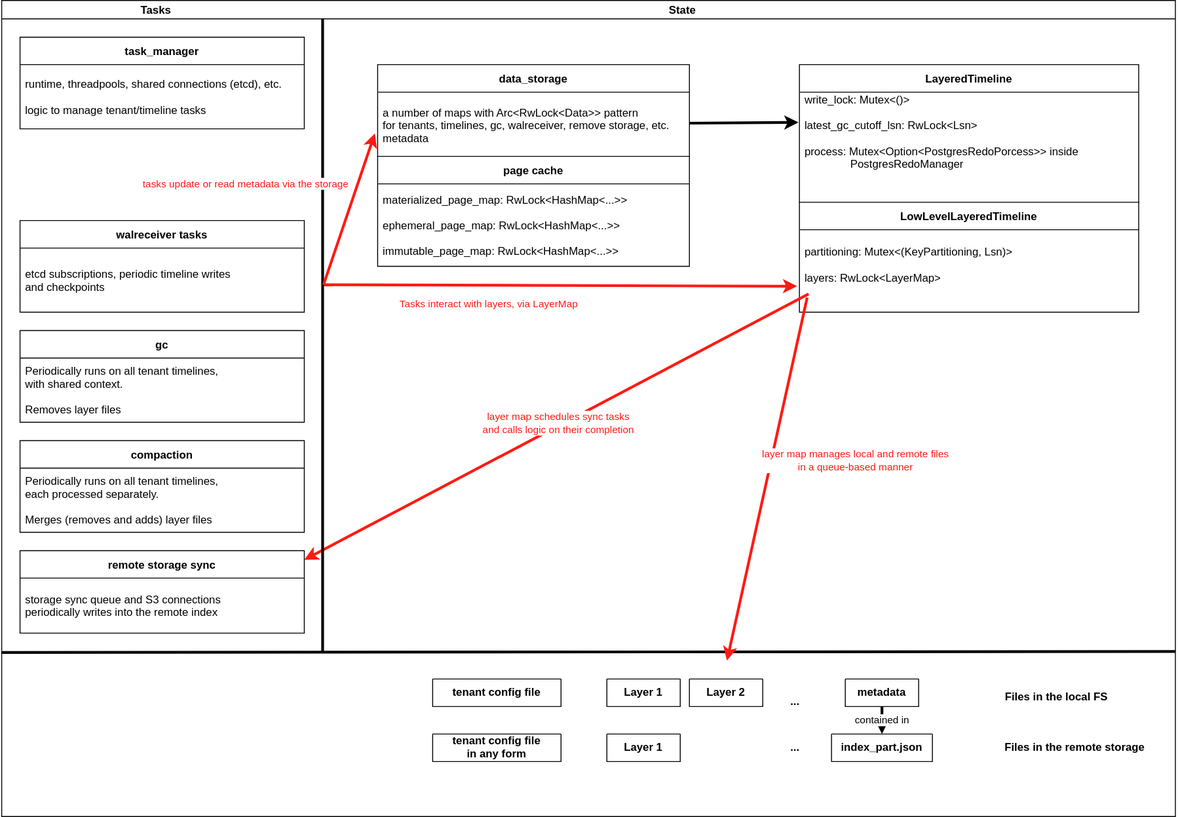
Before: docs/rfcs/images/017-timeline-data-management/proposed_timeline_tenant_state.svg, a diagram exported from draw.io (neondatabase/neon). Source tidied: cells renumbered, new cells last; positions are measured from the earlier drawing's top-left corner, leaving out a move shared by most shapes.
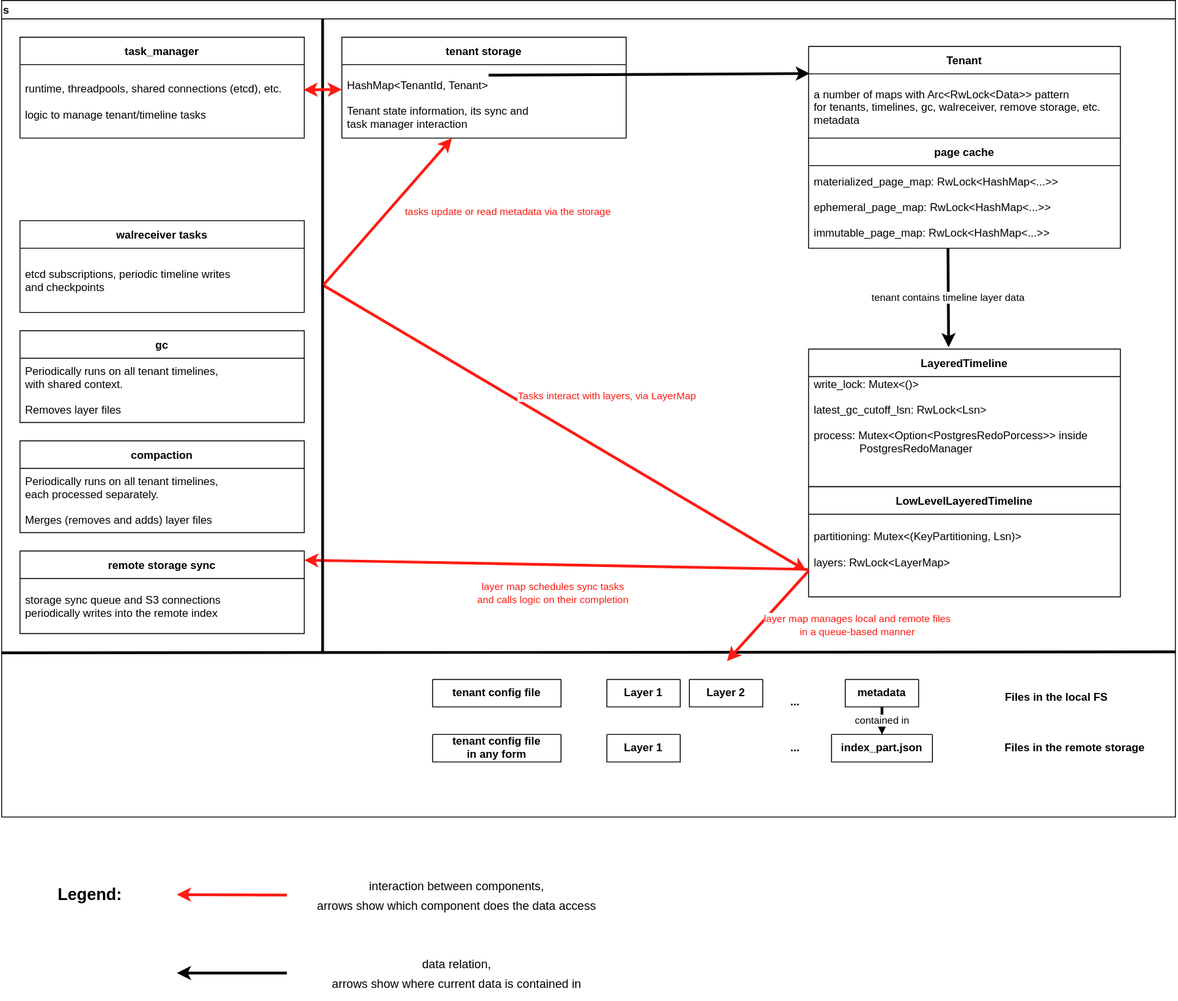
The same diagram one commit later.

Commit message:
Add legend and more timeline state details

What changed in the source:
```diff
@@ -2,7 +2,7 @@
   <root>
     <mxCell id="0" />
     <mxCell id="1" parent="0" />
-    <mxCell id="2" value="                                             Tasks                                                                                                                                                                   State" style="swimlane;startSize=20;horizontal=1;containerType=tree;fontColor=#000000;align=left;strokeColor=#000000;" parent="1" vertex="1">
+    <mxCell id="2" value="s" style="swimlane;startSize=20;horizontal=1;containerType=tree;fontColor=#000000;align=left;strokeColor=#000000;" parent="1" vertex="1">
       <mxGeometry width="1280" height="890" as="geometry" />
     </mxCell>
     <mxCell id="3" value="&#10;&#10;Layer 1" style="swimlane;startSize=0;fontColor=#000000;" parent="2" vertex="1" collapsed="1">
@@ -35,23 +35,23 @@
     <mxCell id="12" value="Files in the local FS" style="text;html=1;align=center;verticalAlign=middle;strokeColor=none;fillColor=none;fontColor=#000000;fontStyle=1;" parent="2" vertex="1">
       <mxGeometry x="1080" y="745" width="140" height="30" as="geometry" />
     </mxCell>
-    <mxCell id="13" value="data_storage" style="swimlane;fontStyle=1;horizontal=1;startSize=30;" parent="2" vertex="1">
-      <mxGeometry x="410" y="70" width="340" height="100" as="geometry" />
+    <mxCell id="13" value="Tenant" style="swimlane;fontStyle=1;horizontal=1;startSize=30;" parent="2" vertex="1">
+      <mxGeometry x="880" y="50" width="340" height="100" as="geometry" />
     </mxCell>
     <mxCell id="14" value="&#10;a number of maps with Arc&lt;RwLock&lt;Data&gt;&gt; pattern&#10;for tenants, timelines, gc, walreceiver, remove storage, etc. &#10;metadata&#10;&#10;" style="text;strokeColor=none;fillColor=none;align=left;verticalAlign=middle;spacingLeft=4;spacingRight=4;overflow=hidden;points=[[0,0.5],[1,0.5]];portConstraint=eastwest;" parent="13" vertex="1">
       <mxGeometry y="30" width="340" height="70" as="geometry" />
     </mxCell>
     <mxCell id="15" value="LayeredTimeline" style="swimlane;fontStyle=1;horizontal=1;startSize=30;swimlaneLine=1;" parent="2" vertex="1">
-      <mxGeometry x="870" y="70" width="370" height="150" as="geometry" />
+      <mxGeometry x="880" y="380" width="340" height="150" as="geometry" />
     </mxCell>
     <mxCell id="16" value="write_lock: Mutex&lt;()&gt;&#10;&#10;latest_gc_cutoff_lsn: RwLock&lt;Lsn&gt;&#10;&#10;process: Mutex&lt;Option&lt;PostgresRedoPorcess&gt;&gt; inside&#10;               PostgresRedoManager&#10;&#10;&#10;" style="text;strokeColor=none;fillColor=none;align=left;verticalAlign=middle;spacingLeft=4;spacingRight=4;overflow=hidden;points=[[0,0.5],[1,0.5]];portConstraint=eastwest;" parent="15" vertex="1">
-      <mxGeometry y="30" width="370" height="120" as="geometry" />
+      <mxGeometry y="30" width="340" height="120" as="geometry" />
     </mxCell>
     <mxCell id="17" style="endArrow=classic;html=1;rounded=0;fontColor=#000000;strokeColor=none;exitX=0.784;exitY=0.9;exitDx=0;exitDy=0;exitPerimeter=0;strokeWidth=3;entryX=0.5;entryY=0;entryDx=0;entryDy=0;" parent="2" edge="1" target="15">
       <mxGeometry relative="1" as="geometry">
-        <mxPoint x="1040.1" y="160" as="sourcePoint" />
+        <mxPoint x="1050.1" y="470" as="sourcePoint" />
         <Array as="points">
-          <mxPoint x="1050" y="120" />
+          <mxPoint x="1060" y="430" />
         </Array>
       </mxGeometry>
     </mxCell>
@@ -71,12 +71,12 @@
       <mxGeometry x="470" y="740" width="140" height="30" as="geometry" />
     </mxCell>
     <mxCell id="23" value="LowLevelLayeredTimeline" style="swimlane;fontStyle=1;horizontal=1;startSize=30;" parent="2" vertex="1">
-      <mxGeometry x="870" y="220" width="370" height="120" as="geometry" />
+      <mxGeometry x="880" y="530" width="340" height="120" as="geometry" />
     </mxCell>
     <mxCell id="24" value="&#10;partitioning: Mutex&lt;(KeyPartitioning, Lsn)&gt;&#10;&#10;layers: RwLock&lt;LayerMap&gt;&#10;&#10;" style="text;strokeColor=none;fillColor=none;align=left;verticalAlign=middle;spacingLeft=4;spacingRight=4;overflow=hidden;points=[[0,0.5],[1,0.5]];portConstraint=eastwest;" parent="23" vertex="1">
-      <mxGeometry y="30" width="370" height="90" as="geometry" />
+      <mxGeometry y="30" width="340" height="90" as="geometry" />
     </mxCell>
-    <mxCell id="25" style="endArrow=classic;html=1;rounded=0;fontColor=#000000;strokeColor=#000000;strokeWidth=3;startFill=1;entryX=-0.003;entryY=0.275;entryDx=0;entryDy=0;entryPerimeter=0;" parent="2" edge="1" source="14" target="16">
+    <mxCell id="25" value="tenant contains timeline layer data" style="endArrow=classic;html=1;rounded=0;fontColor=#000000;strokeColor=#000000;strokeWidth=3;startFill=1;entryX=0.449;entryY=-0.014;entryDx=0;entryDy=0;entryPerimeter=0;exitX=0.447;exitY=1.001;exitDx=0;exitDy=0;exitPerimeter=0;" parent="2" edge="1" source="40" target="15">
       <mxGeometry relative="1" as="geometry" />
     </mxCell>
     <mxCell id="26" style="endArrow=classic;html=1;rounded=0;fontColor=#000000;strokeColor=none;strokeWidth=3;exitX=0.324;exitY=0.8;exitDx=0;exitDy=0;entryX=0.5;entryY=0;entryDx=0;entryDy=0;startFill=1;exitPerimeter=0;" parent="2" edge="1" source="16" target="23">
@@ -107,31 +107,30 @@
     </mxCell>
     <mxCell id="33" value="&lt;font color=&quot;#ff1a12&quot;&gt;Tasks interact with layers, via LayerMap&lt;/font&gt;" style="edgeLabel;html=1;align=center;verticalAlign=middle;fontColor=#000000;" parent="32" vertex="1">
       <mxGeometry x="-0.28" y="1" relative="1" as="geometry">
-        <mxPoint x="-151" y="18" as="offset" />
+        <mxPoint x="-27" y="-80" as="offset" />
       </mxGeometry>
     </mxCell>
     <mxCell id="34" value="task_manager" style="swimlane;fontStyle=1;horizontal=1;startSize=30;" parent="2" vertex="1">
-      <mxGeometry x="20" y="40" width="310" height="100" as="geometry" />
+      <mxGeometry x="20" y="40" width="310" height="110" as="geometry" />
     </mxCell>
     <mxCell id="35" value="runtime, threadpools, shared connections (etcd), etc.&#10;&#10;logic to manage tenant/timeline tasks" style="text;strokeColor=none;fillColor=none;align=left;verticalAlign=middle;spacingLeft=4;spacingRight=4;overflow=hidden;points=[[0,0.5],[1,0.5]];portConstraint=eastwest;" parent="34" vertex="1">
-      <mxGeometry y="30" width="310" height="70" as="geometry" />
+      <mxGeometry y="30" width="310" height="80" as="geometry" />
     </mxCell>
     <mxCell id="36" value="&#10;&#10;tenant config file &#10;in any form" style="swimlane;startSize=0;fontColor=#000000;" parent="2" vertex="1" collapsed="1">
       <mxGeometry x="470" y="800" width="140" height="30" as="geometry" />
     </mxCell>
-    <mxCell id="37" style="endArrow=classic;startArrow=none;html=1;rounded=0;fontColor=#000000;strokeColor=#FF1A12;strokeWidth=3;entryX=1;entryY=0.5;entryDx=0;entryDy=0;endFill=1;startFill=0;" parent="2" edge="1">
+    <mxCell id="37" style="endArrow=classic;startArrow=none;html=1;rounded=0;fontColor=#000000;strokeColor=#FF1A12;strokeWidth=3;entryX=1;entryY=0.5;entryDx=0;entryDy=0;endFill=1;startFill=0;exitX=-0.002;exitY=0.667;exitDx=0;exitDy=0;exitPerimeter=0;" parent="2" edge="1" source="24">
       <mxGeometry relative="1" as="geometry">
-        <mxPoint x="880" y="320" as="sourcePoint" />
         <mxPoint x="330" y="610" as="targetPoint" />
       </mxGeometry>
     </mxCell>
     <mxCell id="38" value="&lt;font color=&quot;#ff1a12&quot;&gt;layer map schedules sync tasks &lt;br&gt;and calls logic on their completion&lt;/font&gt;" style="edgeLabel;html=1;align=center;verticalAlign=middle;fontColor=#000000;" parent="37" vertex="1">
       <mxGeometry x="-0.28" y="1" relative="1" as="geometry">
-        <mxPoint x="-76" y="35" as="offset" />
+        <mxPoint x="-81" y="28" as="offset" />
       </mxGeometry>
     </mxCell>
     <mxCell id="39" value="page cache" style="swimlane;fontStyle=1;horizontal=1;startSize=30;" parent="2" vertex="1">
-      <mxGeometry x="410" y="170" width="340" height="120" as="geometry" />
+      <mxGeometry x="880" y="150" width="340" height="120" as="geometry" />
     </mxCell>
     <mxCell id="40" value="materialized_page_map: RwLock&lt;HashMap&lt;...&gt;&gt;&#10;&#10;ephemeral_page_map: RwLock&lt;HashMap&lt;...&gt;&gt;&#10;&#10;immutable_page_map: RwLock&lt;HashMap&lt;...&gt;&gt;" style="text;strokeColor=none;fillColor=none;align=left;verticalAlign=middle;spacingLeft=4;spacingRight=4;overflow=hidden;points=[[0,0.5],[1,0.5]];portConstraint=eastwest;" parent="39" vertex="1">
       <mxGeometry y="30" width="340" height="90" as="geometry" />
@@ -142,26 +141,60 @@
         <mxPoint x="350" y="20" as="targetPoint" />
       </mxGeometry>
     </mxCell>
+    <mxCell id="46" value="tenant storage" style="swimlane;fontStyle=1;horizontal=1;startSize=30;" parent="2" vertex="1">
+      <mxGeometry x="371" y="40" width="310" height="110" as="geometry" />
+    </mxCell>
+    <mxCell id="47" value="&#10;HashMap&lt;TenantId, Tenant&gt;&#10;&#10;Tenant state information, its sync and &#10;task manager interaction&#10;" style="text;strokeColor=none;fillColor=none;align=left;verticalAlign=middle;spacingLeft=4;spacingRight=4;overflow=hidden;points=[[0,0.5],[1,0.5]];portConstraint=eastwest;" parent="46" vertex="1">
+      <mxGeometry y="30" width="310" height="80" as="geometry" />
+    </mxCell>
+    <mxCell id="48" style="endArrow=classic;html=1;rounded=0;fontColor=#000000;strokeColor=#000000;strokeWidth=3;startFill=1;entryX=0.004;entryY=-0.005;entryDx=0;entryDy=0;entryPerimeter=0;exitX=0.516;exitY=0.143;exitDx=0;exitDy=0;exitPerimeter=0;" parent="2" edge="1" source="47" target="14">
+      <mxGeometry relative="1" as="geometry" />
+    </mxCell>
+    <mxCell id="49" style="endArrow=classic;startArrow=classic;html=1;rounded=0;fontColor=#000000;strokeColor=#FF1A12;strokeWidth=3;endFill=1;entryX=0.997;entryY=0.343;entryDx=0;entryDy=0;entryPerimeter=0;" parent="2" edge="1" target="35">
+      <mxGeometry relative="1" as="geometry">
+        <mxPoint x="371" y="97" as="sourcePoint" />
+      </mxGeometry>
+    </mxCell>
-    <mxCell id="42" style="endArrow=classic;startArrow=none;html=1;rounded=0;fontColor=#000000;strokeColor=#FF1A12;strokeWidth=3;endFill=1;startFill=0;exitX=-0.007;exitY=0.712;exitDx=0;exitDy=0;exitPerimeter=0;" parent="1" edge="1">
+    <mxCell id="42" style="endArrow=classic;startArrow=none;html=1;rounded=0;fontColor=#000000;strokeColor=#FF1A12;strokeWidth=3;endFill=1;startFill=0;exitX=0.001;exitY=0.681;exitDx=0;exitDy=0;exitPerimeter=0;" parent="1" edge="1" source="24">
       <mxGeometry relative="1" as="geometry">
-        <mxPoint x="878.4" y="324.1" as="sourcePoint" />
         <mxPoint x="791" y="720" as="targetPoint" />
       </mxGeometry>
     </mxCell>
     <mxCell id="43" value="&lt;font color=&quot;#ff1a12&quot;&gt;layer map manages local and remote files&lt;br&gt;in a queue-based manner&lt;br&gt;&lt;/font&gt;" style="edgeLabel;html=1;align=center;verticalAlign=middle;fontColor=#000000;" parent="42" vertex="1">
       <mxGeometry x="-0.28" y="1" relative="1" as="geometry">
-        <mxPoint x="83" y="35" as="offset" />
+        <mxPoint x="83" y="23" as="offset" />
       </mxGeometry>
     </mxCell>
-    <mxCell id="44" style="endArrow=none;startArrow=classic;html=1;rounded=0;fontColor=#000000;strokeColor=#FF1A12;strokeWidth=3;exitX=-0.009;exitY=0.643;exitDx=0;exitDy=0;exitPerimeter=0;endFill=0;" parent="1" edge="1" source="14">
+    <mxCell id="44" style="endArrow=none;startArrow=classic;html=1;rounded=0;fontColor=#000000;strokeColor=#FF1A12;strokeWidth=3;endFill=0;" parent="1" edge="1" source="47">
       <mxGeometry relative="1" as="geometry">
         <mxPoint x="351" y="310" as="targetPoint" />
       </mxGeometry>
     </mxCell>
     <mxCell id="45" value="&lt;font color=&quot;#ff1a12&quot;&gt;tasks update or read metadata via the storage&lt;/font&gt;" style="edgeLabel;html=1;align=center;verticalAlign=middle;fontColor=#000000;" parent="44" vertex="1">
       <mxGeometry x="-0.28" y="1" relative="1" as="geometry">
-        <mxPoint x="-122" y="-5" as="offset" />
+        <mxPoint x="110" y="22" as="offset" />
       </mxGeometry>
     </mxCell>
+    <mxCell id="50" value="&lt;font style=&quot;font-size: 18px;&quot;&gt;&lt;b&gt;Legend:&lt;/b&gt;&lt;/font&gt;" style="text;html=1;align=center;verticalAlign=middle;strokeColor=none;fillColor=none;" parent="1" vertex="1">
+      <mxGeometry x="51" y="955" width="90" height="40" as="geometry" />
+    </mxCell>
+    <mxCell id="51" style="endArrow=classic;startArrow=none;html=1;rounded=0;fontColor=#000000;strokeColor=#FF1A12;strokeWidth=3;entryX=1;entryY=0.5;entryDx=0;entryDy=0;endFill=1;startFill=0;" parent="1" edge="1">
+      <mxGeometry relative="1" as="geometry">
+        <mxPoint x="311" y="975" as="sourcePoint" />
+        <mxPoint x="191" y="974.6" as="targetPoint" />
+      </mxGeometry>
+    </mxCell>
+    <mxCell id="52" value="&lt;font style=&quot;font-size: 13px;&quot;&gt;interaction between components, &lt;br&gt;arrows show which component does the data access&lt;/font&gt;" style="text;html=1;align=center;verticalAlign=middle;strokeColor=none;fillColor=none;fontSize=18;" parent="1" vertex="1">
+      <mxGeometry x="331" y="945" width="330" height="60" as="geometry" />
+    </mxCell>
+    <mxCell id="53" style="endArrow=classic;html=1;rounded=0;fontColor=#000000;strokeColor=#000000;strokeWidth=3;startFill=1;" parent="1" edge="1">
+      <mxGeometry relative="1" as="geometry">
+        <mxPoint x="311" y="1060" as="sourcePoint" />
+        <mxPoint x="191" y="1060" as="targetPoint" />
+      </mxGeometry>
+    </mxCell>
+    <mxCell id="54" value="&lt;span style=&quot;font-size: 13px;&quot;&gt;data relation, &lt;br&gt;arrows show where current data is contained in&lt;/span&gt;" style="text;html=1;align=center;verticalAlign=middle;strokeColor=none;fillColor=none;fontSize=18;" parent="1" vertex="1">
+      <mxGeometry x="346" y="1030" width="300" height="60" as="geometry" />
+    </mxCell>
   </root>
 </mxGraphModel>
```
